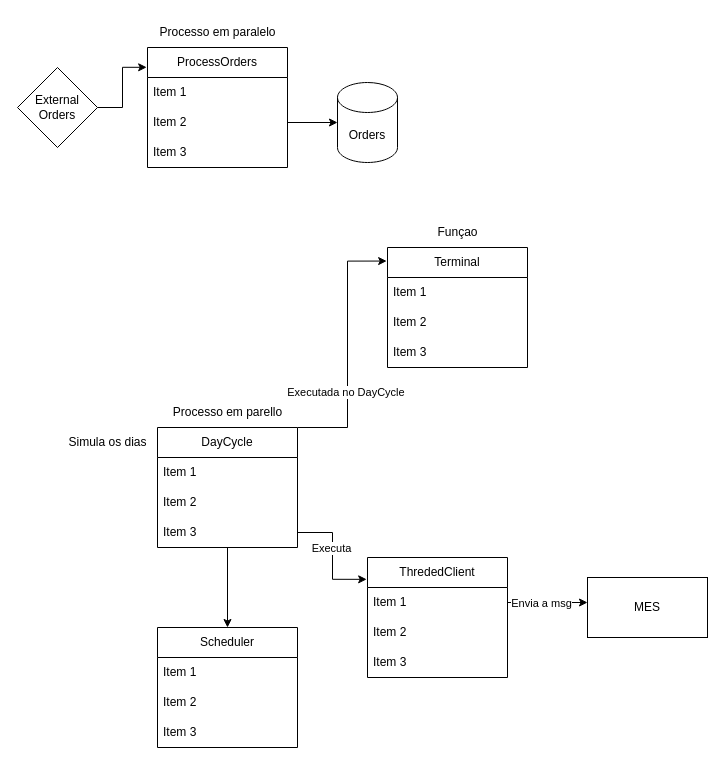
Above: page "ERP-UML" (4 of 12) of PLA_APP_Diagrams.drawio in gpizzigh-bit/Automation-of-a-Production-Line (draw.io), before the change. Source tidied: cells renumbered, new cells numbered last; positions are measured from the earlier drawing's top-left corner, leaving out a move shared by most shapes. Both pictures are drawn from the tidied source at 100%, with x=0, y=0 at pixel (17, 17).
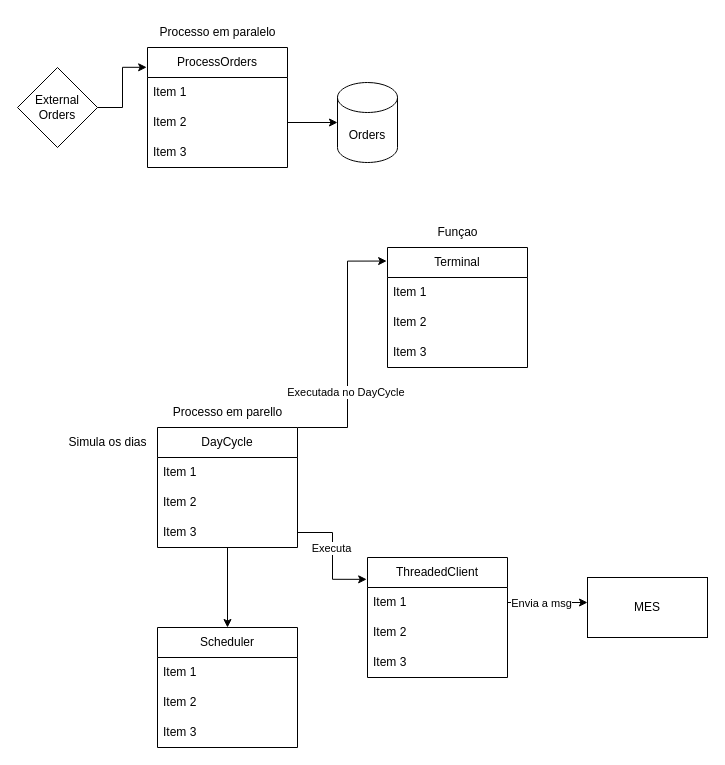
The same page after the edit.

Diff of the diagram source:
```diff
@@
-    <mxCell id="24" value="ThrededClient" style="swimlane;fontStyle=0;horizontal=1;startSize=30;whiteSpace=wrap;html=1;" parent="1" vertex="1">
+    <mxCell id="24" value="ThreadedClient" style="swimlane;fontStyle=0;horizontal=1;startSize=30;whiteSpace=wrap;html=1;" parent="1" vertex="1">
       <mxGeometry x="350" y="540" width="140" height="120" as="geometry" />
     </mxCell>
```
